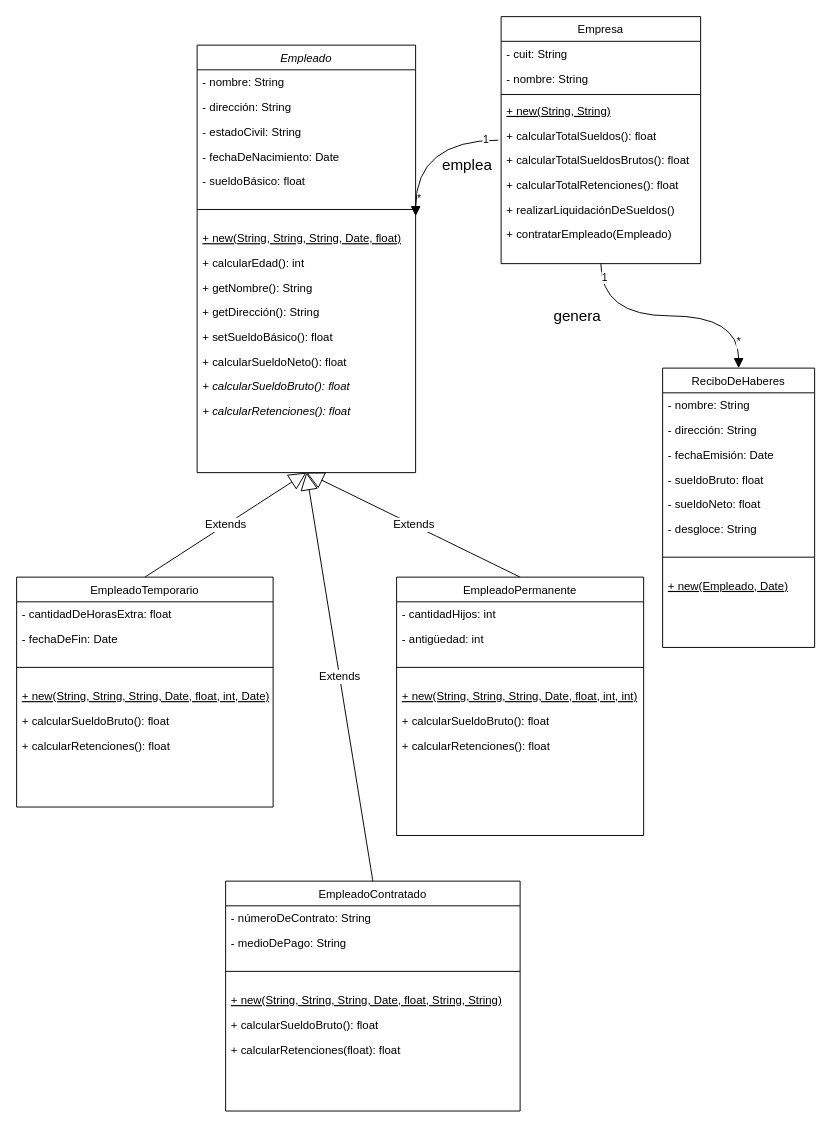
Above: src/tp2/objstp2.drawio in Matias-Francisco-Deo/Objetos-II (draw.io), before the change. Source tidied: cells renumbered, new cells numbered last; positions are measured from the earlier drawing's top-left corner, leaving out a move shared by most shapes. Both pictures are drawn from the tidied source at 95%, with x=0, y=0 at pixel (16, 16).
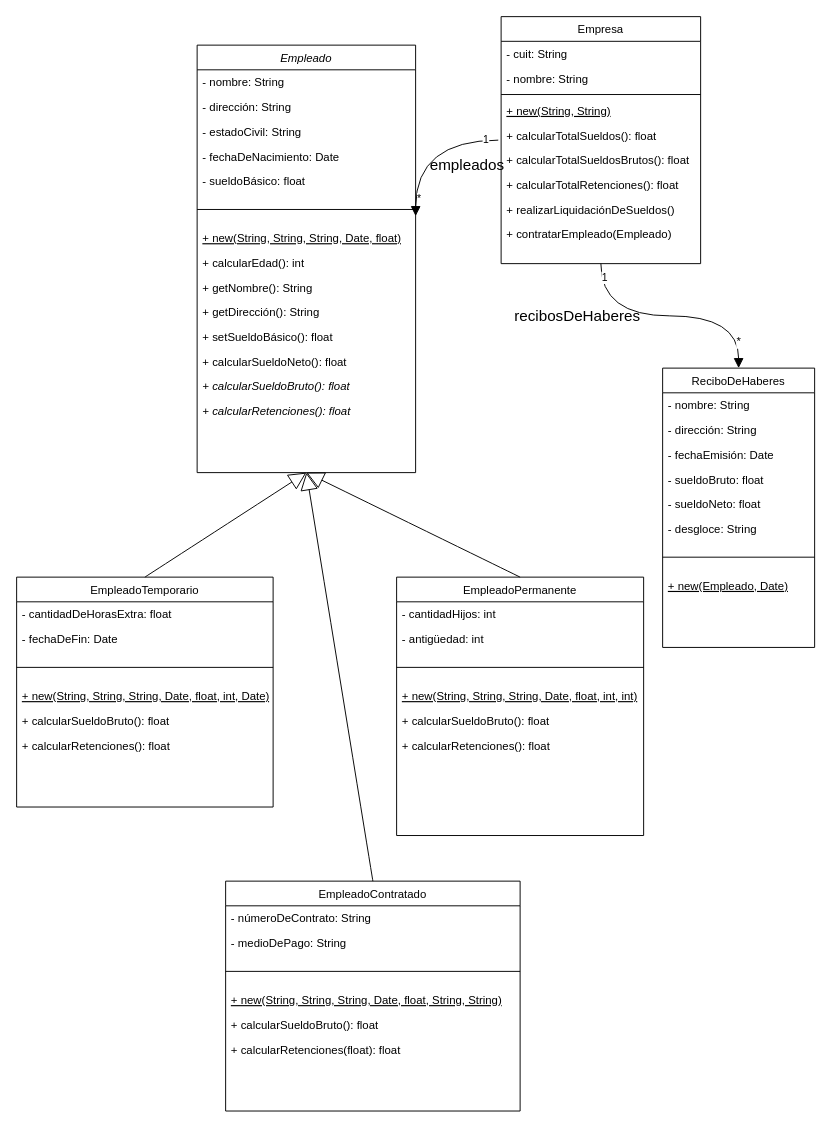
The same page after the edit.

The change refers to these unchanged cells:
```xml
<mxCell id="12" value="Empleado" style="swimlane;fontStyle=2;align=center;verticalAlign=top;horizontal=1;startSize=26;rounded=0;shadow=0;strokeWidth=1;" parent="1" vertex="1">
  <mxGeometry x="190" y="30" width="230" height="450" as="geometry" />
</mxCell>
<mxCell id="27" value="EmpleadoPermanente" style="swimlane;fontStyle=0;align=center;verticalAlign=top;horizontal=1;startSize=26;rounded=0;shadow=0;strokeWidth=1;" parent="1" vertex="1">
  <mxGeometry x="400" y="590" width="260" height="272" as="geometry" />
</mxCell>
<mxCell id="34" value="EmpleadoTemporario" style="swimlane;fontStyle=0;align=center;verticalAlign=top;horizontal=1;startSize=26;rounded=0;shadow=0;strokeWidth=1;" parent="1" vertex="1">
  <mxGeometry y="590" width="270" height="242" as="geometry" />
</mxCell>
<mxCell id="50" value="EmpleadoContratado" style="swimlane;fontStyle=0;align=center;verticalAlign=top;horizontal=1;startSize=26;rounded=0;shadow=0;strokeWidth=1;" parent="1" vertex="1">
  <mxGeometry x="220" y="910" width="310" height="242" as="geometry" />
</mxCell>
```

Change to the diagram source:
```diff
@@
-    <mxCell id="60" value="emplea" style="text;html=1;align=center;verticalAlign=middle;strokeColor=none;fillColor=none;fontSize=16;" parent="1" vertex="1">
-      <mxGeometry x="434" y="141" width="80" height="30" as="geometry" />
+    <mxCell id="60" value="empleados" style="text;html=1;align=center;verticalAlign=middle;strokeColor=none;fillColor=none;fontSize=16;" parent="1" vertex="1">
+      <mxGeometry x="424" y="141" width="100" height="30" as="geometry" />
     </mxCell>
-    <mxCell id="61" value="Extends" style="endArrow=block;endSize=16;endFill=0;html=1;rounded=0;fontSize=12;curved=1;exitX=0.5;exitY=0;exitDx=0;exitDy=0;entryX=0.5;entryY=1;entryDx=0;entryDy=0;" parent="1" edge="1" source="27" target="12">
+    <mxCell id="61" style="endArrow=block;endSize=16;endFill=0;html=1;rounded=0;fontSize=12;curved=1;exitX=0.5;exitY=0;exitDx=0;exitDy=0;entryX=0.5;entryY=1;entryDx=0;entryDy=0;" parent="1" edge="1" source="27" target="12">
       <mxGeometry relative="1" as="geometry" />
     </mxCell>
-    <mxCell id="62" value="Extends" style="endArrow=block;endSize=16;endFill=0;html=1;rounded=0;fontSize=12;curved=1;exitX=0.5;exitY=0;exitDx=0;exitDy=0;entryX=0.5;entryY=1;entryDx=0;entryDy=0;" parent="1" edge="1" source="34" target="12">
+    <mxCell id="62" style="endArrow=block;endSize=16;endFill=0;html=1;rounded=0;fontSize=12;curved=1;exitX=0.5;exitY=0;exitDx=0;exitDy=0;entryX=0.5;entryY=1;entryDx=0;entryDy=0;" parent="1" edge="1" source="34" target="12">
       <mxGeometry relative="1" as="geometry" />
     </mxCell>
-    <mxCell id="63" value="Extends" style="endArrow=block;endSize=16;endFill=0;html=1;rounded=0;fontSize=12;curved=1;exitX=0.5;exitY=0;exitDx=0;exitDy=0;entryX=0.5;entryY=1;entryDx=0;entryDy=0;" parent="1" edge="1" source="50" target="12">
+    <mxCell id="63" style="endArrow=block;endSize=16;endFill=0;html=1;rounded=0;fontSize=12;curved=1;exitX=0.5;exitY=0;exitDx=0;exitDy=0;entryX=0.5;entryY=1;entryDx=0;entryDy=0;" parent="1" edge="1" source="50" target="12">
       <mxGeometry relative="1" as="geometry" />
     </mxCell>
@@
-    <mxCell id="67" value="genera" style="text;html=1;align=center;verticalAlign=middle;strokeColor=none;fillColor=none;fontSize=16;" parent="1" vertex="1">
-      <mxGeometry x="555" y="300" width="70" height="30" as="geometry" />
+    <mxCell id="67" value="recibosDeHaberes" style="text;html=1;align=center;verticalAlign=middle;strokeColor=none;fillColor=none;fontSize=16;" parent="1" vertex="1">
+      <mxGeometry x="510" y="300" width="160" height="30" as="geometry" />
     </mxCell>
```
